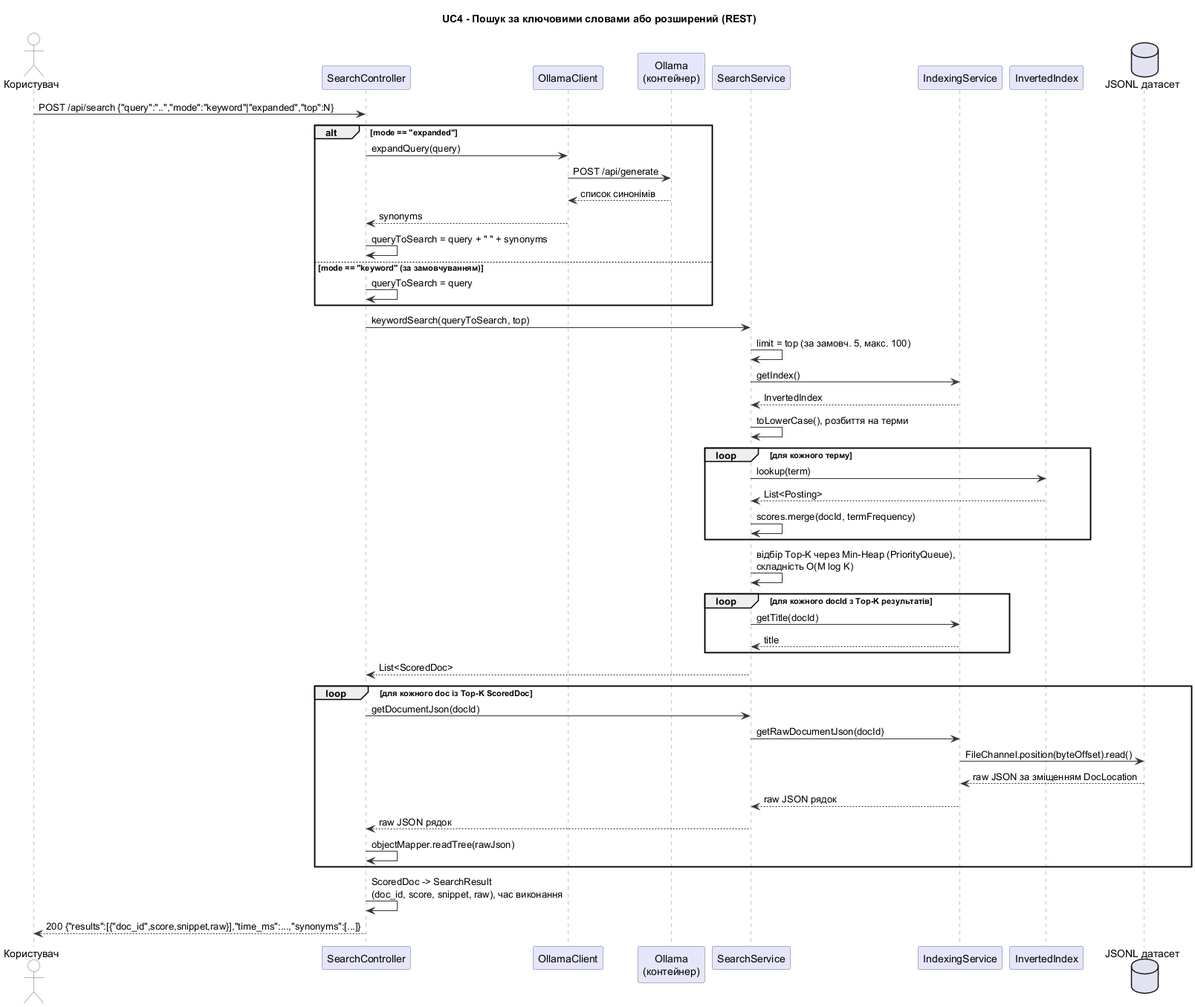
Earlier version of the PlantUML export docs/uml/06_seq_uc4_search.png (KovalSS/distributed-search-pipeline).
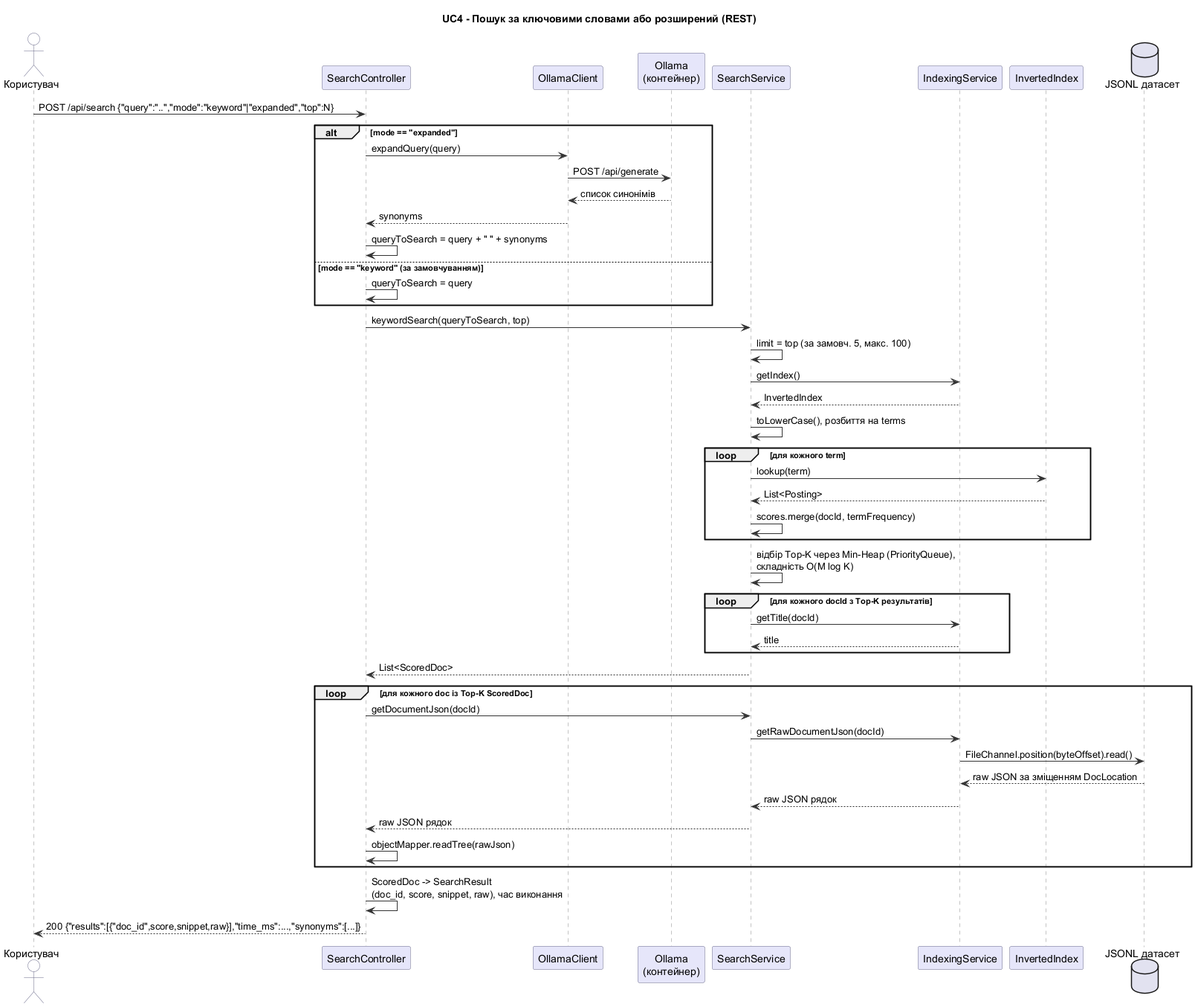
The same file after the commit.

Commit message:
docs: use 'term' notation and reflect CustomHashMap resize in sequence diagrams

Change to the diagram source:
```diff
@@ -36,9 +36,9 @@
 SearchService -> SearchService: limit = top (за замовч. 5, макс. 100)
 SearchService -> IndexingService: getIndex()
 IndexingService --> SearchService: InvertedIndex
-SearchService -> SearchService: toLowerCase(), розбиття на терми
+SearchService -> SearchService: toLowerCase(), розбиття на terms
 
-loop для кожного терму
+loop для кожного term
     SearchService -> InvertedIndex: lookup(term)
     InvertedIndex --> SearchService: List<Posting>
     SearchService -> SearchService: scores.merge(docId, termFrequency)
```
